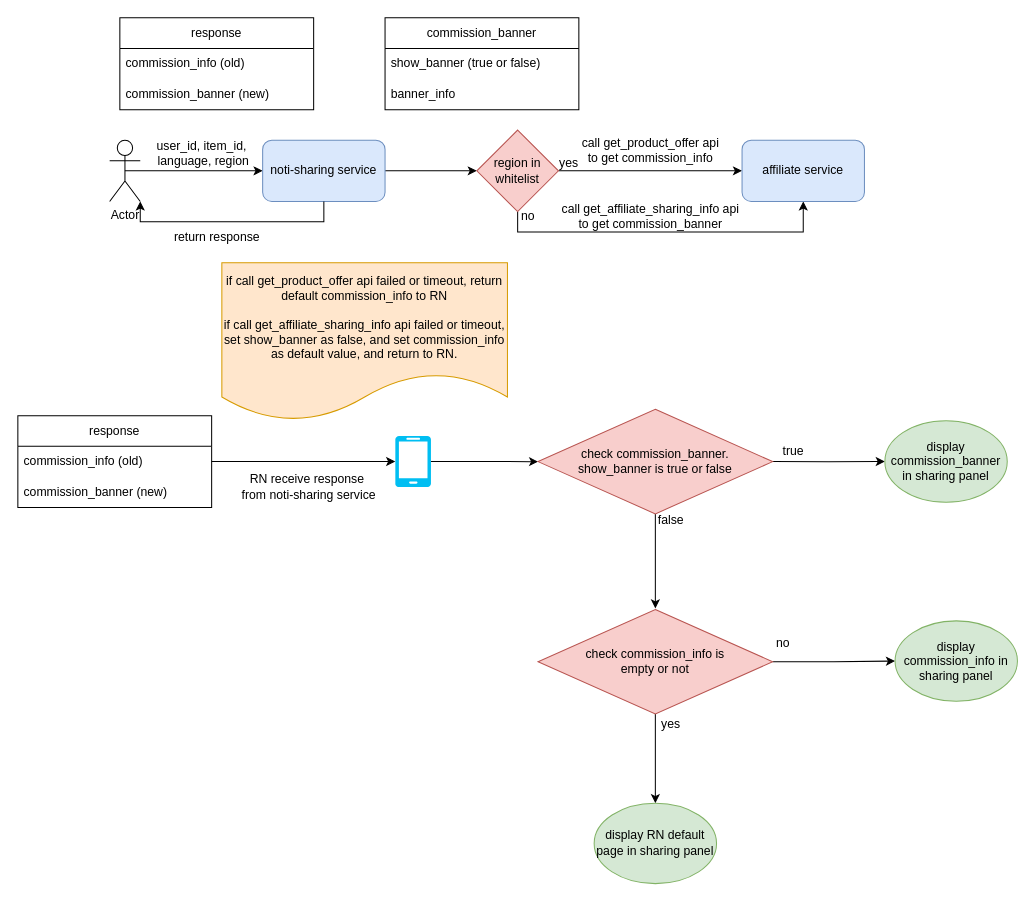
Earlier version of the draw.io diagram commission.drawio (zzw55486402/20200626). Source tidied: cells renumbered, new cells numbered last; positions are measured from the earlier drawing's top-left corner, leaving out a move shared by most shapes. Both pictures are drawn from the tidied source at 102%, with x=0, y=0 at pixel (17, 17).
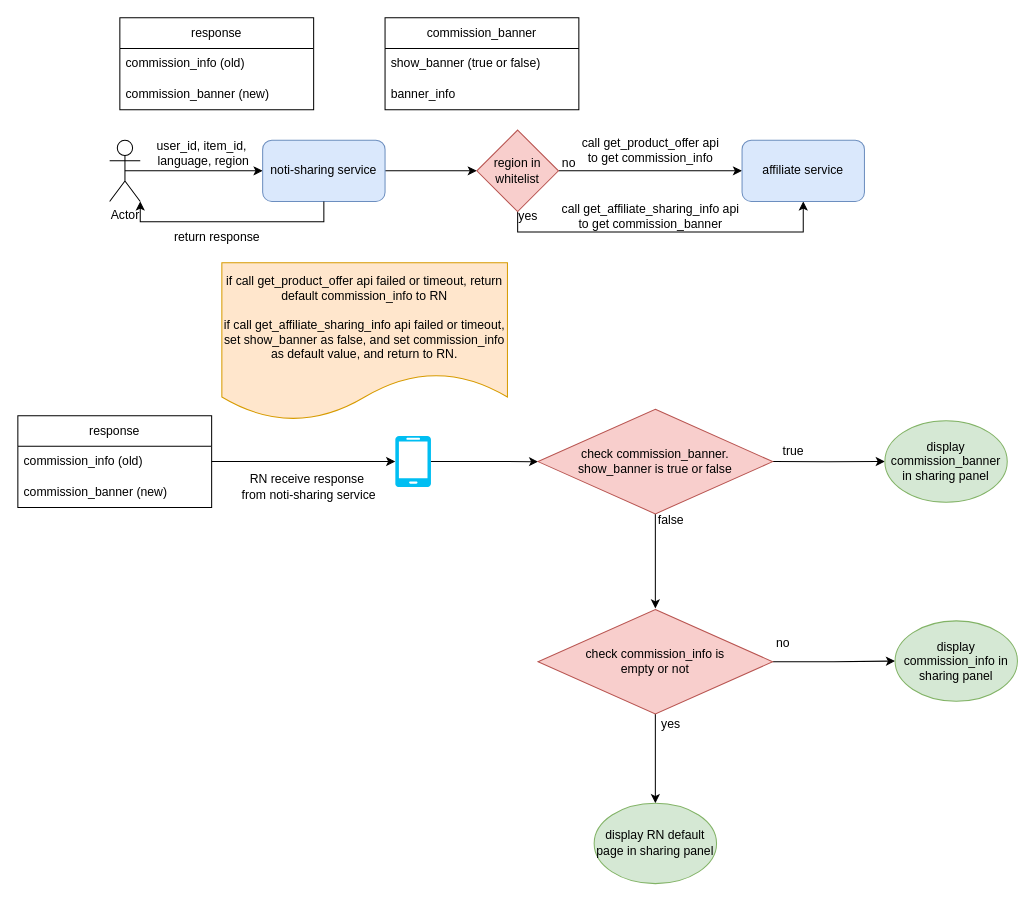
The same diagram, later.

What changed in the source:
```diff
@@
-    <mxCell id="11" value="yes" style="text;html=1;align=center;verticalAlign=middle;strokeColor=none;fillColor=none;" parent="1" vertex="1">
+    <mxCell id="11" value="no" style="text;html=1;align=center;verticalAlign=middle;strokeColor=none;fillColor=none;" parent="1" vertex="1">
       <mxGeometry x="520" y="128" width="40" height="30" as="geometry" />
     </mxCell>
-    <mxCell id="12" value="no" style="text;html=1;align=center;verticalAlign=middle;strokeColor=none;fillColor=none;" parent="1" vertex="1">
+    <mxCell id="12" value="yes" style="text;html=1;align=center;verticalAlign=middle;strokeColor=none;fillColor=none;" parent="1" vertex="1">
       <mxGeometry x="480" y="180" width="40" height="30" as="geometry" />
     </mxCell>
```
